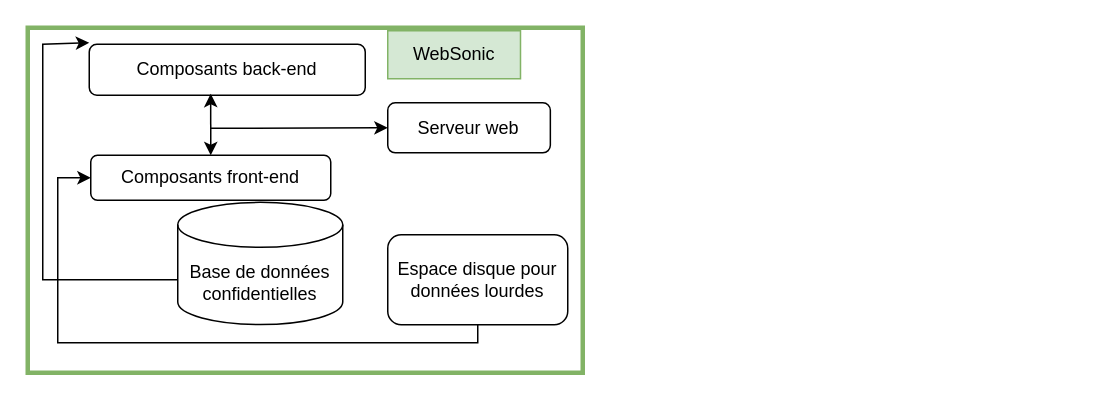
Earlier version of the draw.io diagram WebSonic architecture base applicative.drawio (cjour/audit_logistics). Source tidied: cells renumbered, new cells numbered last; positions are measured from the earlier drawing's top-left corner, leaving out a move shared by most shapes. Both pictures are drawn from the tidied source at 150%, with x=0, y=0 at pixel (27, 27).
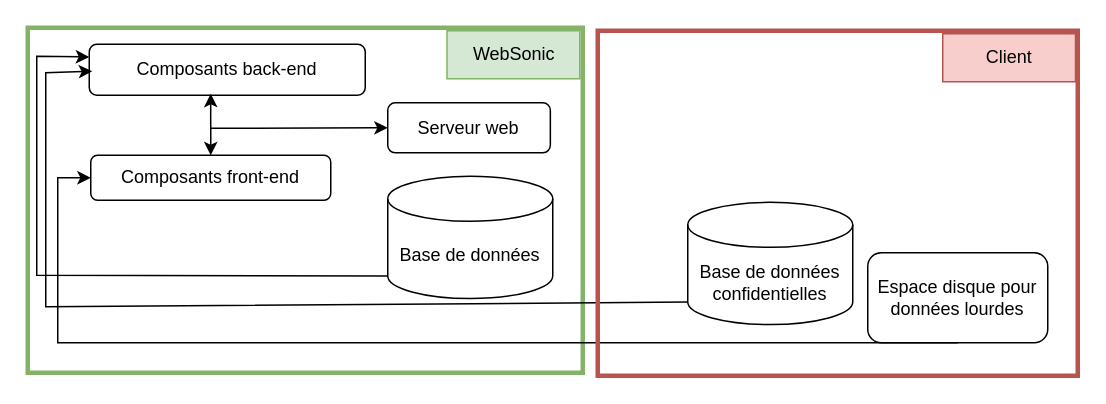
The same page after the edit.

Commit message:
Mettre à jour WebSonic architecture base applicative.drawio

The change refers to these unchanged cells:
```xml
<mxCell id="5" value="Composants back-end" style="rounded=1;whiteSpace=wrap;html=1;" parent="1" vertex="1">
  <mxGeometry x="41" y="11" width="184" height="34" as="geometry" />
</mxCell>
```

Change to the diagram source:
```diff
@@
     <mxCell id="3" value="WebSonic" style="rounded=0;whiteSpace=wrap;html=1;fillColor=#d5e8d4;strokeColor=#82b366;" parent="1" vertex="1">
-      <mxGeometry x="240" y="2" width="88.5" height="32" as="geometry" />
+      <mxGeometry x="279.5" y="2" width="88.5" height="32" as="geometry" />
     </mxCell>
@@
-    <mxCell id="8" style="endArrow=none;html=1;rounded=0;endFill=0;startArrow=classic;startFill=1;exitX=0;exitY=0;exitDx=0;exitDy=0;" parent="1" edge="1">
+    <mxCell id="8" style="endArrow=none;html=1;rounded=0;endFill=0;startArrow=classic;startFill=1;exitX=0;exitY=0.25;exitDx=0;exitDy=0;entryX=0;entryY=1;entryDx=0;entryDy=-15;entryPerimeter=0;" parent="1" edge="1" source="5" target="10">
       <mxGeometry relative="1" as="geometry">
-        <mxPoint x="41" y="10" as="sourcePoint" />
-        <mxPoint x="100" y="168" as="targetPoint" />
         <Array as="points">
-          <mxPoint x="10" y="11" />
-          <mxPoint x="10" y="168" />
+          <mxPoint x="6" y="19" />
+          <mxPoint x="6" y="165" />
         </Array>
       </mxGeometry>
     </mxCell>
@@
-    <mxCell id="10" value="Base de données confidentielles" style="shape=cylinder3;whiteSpace=wrap;html=1;boundedLbl=1;backgroundOutline=1;size=15;" parent="1" vertex="1">
-      <mxGeometry x="100" y="116.4" width="110" height="81.5" as="geometry" />
+    <mxCell id="10" value="Base de données" style="shape=cylinder3;whiteSpace=wrap;html=1;boundedLbl=1;backgroundOutline=1;size=15;" parent="1" vertex="1">
+      <mxGeometry x="240" y="99" width="110" height="81.5" as="geometry" />
     </mxCell>
     <mxCell id="11" value="Espace disque pour données lourdes" style="rounded=1;whiteSpace=wrap;html=1;" parent="1" vertex="1">
-      <mxGeometry x="240" y="138" width="120" height="60" as="geometry" />
+      <mxGeometry x="560" y="150" width="120" height="60" as="geometry" />
     </mxCell>
@@
+    <mxCell id="13" value="Base de données confidentielles" style="shape=cylinder3;whiteSpace=wrap;html=1;boundedLbl=1;backgroundOutline=1;size=15;" parent="1" vertex="1">
+      <mxGeometry x="440" y="116.4" width="110" height="81.5" as="geometry" />
+    </mxCell>
+    <mxCell id="14" style="endArrow=none;html=1;rounded=0;endFill=0;startArrow=classic;startFill=1;exitX=0;exitY=0;exitDx=0;exitDy=0;entryX=0;entryY=1;entryDx=0;entryDy=-15;entryPerimeter=0;" parent="1" edge="1" target="13">
+      <mxGeometry relative="1" as="geometry">
+        <mxPoint x="43" y="29" as="sourcePoint" />
+        <Array as="points">
+          <mxPoint x="12" y="30" />
+          <mxPoint x="12" y="186" />
+        </Array>
+      </mxGeometry>
+    </mxCell>
+    <mxCell id="15" style="rounded=0;whiteSpace=wrap;html=1;fillColor=none;strokeColor=#b85450;strokeWidth=3;" parent="1" vertex="1">
+      <mxGeometry x="380" y="2" width="320" height="230" as="geometry" />
+    </mxCell>
+    <mxCell id="16" value="Client" style="rounded=0;whiteSpace=wrap;html=1;fillColor=#f8cecc;strokeColor=#b85450;" parent="1" vertex="1">
+      <mxGeometry x="610" y="4" width="88.5" height="32" as="geometry" />
+    </mxCell>
```
